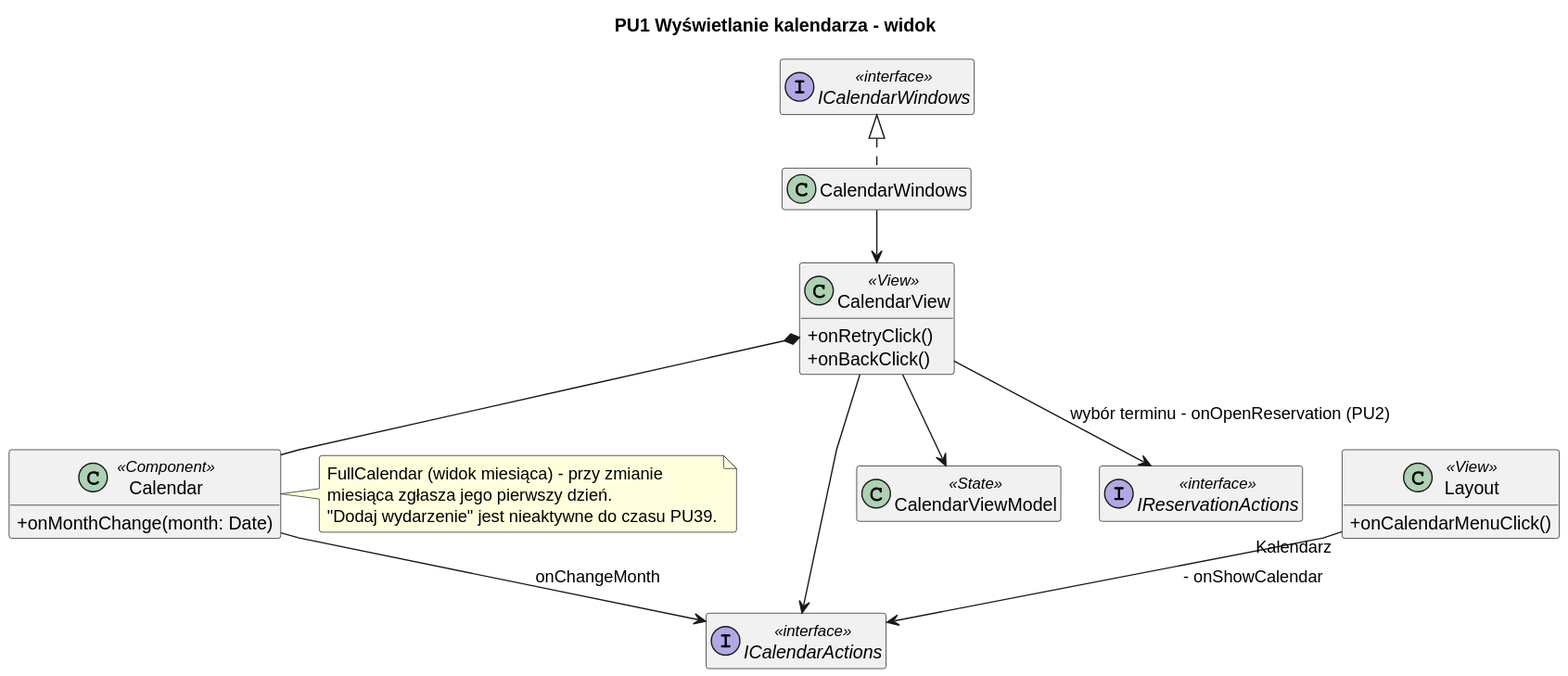
This is diagrams/frontend/rendered/calendar-view.svg from Igor-Ochocki/POP-2026Z, a PlantUML export, as it was before one commit.
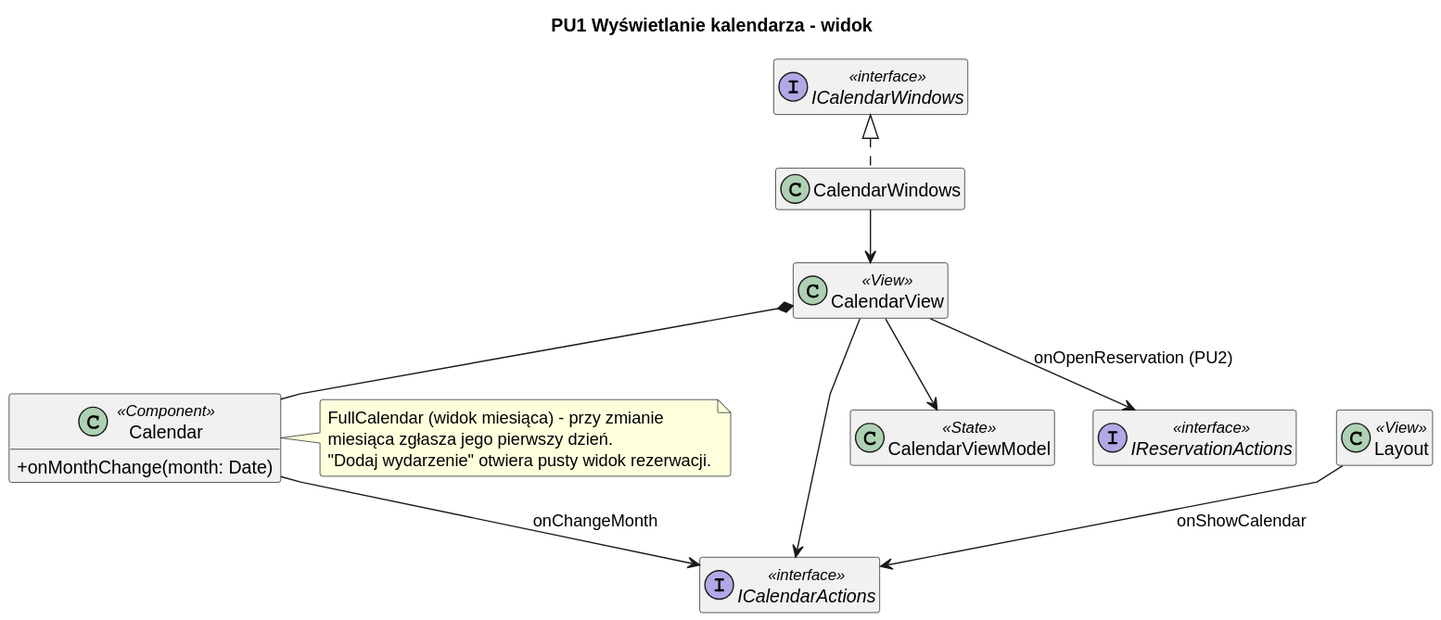
Later version of the same file.

Change to the diagram source:
```diff
@@ -10,14 +10,9 @@
 
 title PU1 Wyświetlanie kalendarza - widok
 
-class Layout <<View>> {
-    + onCalendarMenuClick()
-}
+class Layout <<View>>
 
-class CalendarView <<View>> {
-    + onRetryClick()
-    + onBackClick()
-}
+class CalendarView <<View>>
 
 class Calendar <<Component>> {
     + onMonthChange(month: Date)
@@ -31,18 +26,18 @@
 CalendarWindows .u.|> ICalendarWindows
 CalendarWindows --> CalendarView
 
-Layout --> ICalendarActions : "Kalendarz" - onShowCalendar
+Layout --> ICalendarActions : onShowCalendar
 CalendarView *-- Calendar
 CalendarView --> ICalendarActions
 CalendarView --> CalendarViewModel
 Calendar --> ICalendarActions : onChangeMonth
 
 interface IReservationActions <<interface>>
-CalendarView --> IReservationActions : wybór terminu - onOpenReservation (PU2)
+CalendarView --> IReservationActions : onOpenReservation (PU2)
 
 note right of Calendar
     FullCalendar (widok miesiąca) - przy zmianie
     miesiąca zgłasza jego pierwszy dzień.
-    "Dodaj wydarzenie" jest nieaktywne do czasu PU39.
+    "Dodaj wydarzenie" otwiera pusty widok rezerwacji.
 end note
 @enduml
```
